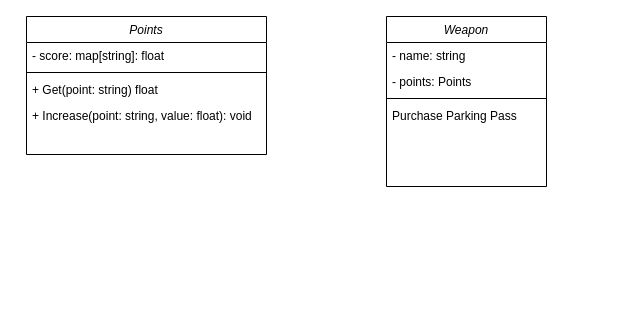
This is docs/Untitled Diagram.drawio from spanishGab/unind-game, a draw.io file, before an edit. Source tidied: cells renumbered, new cells numbered last; positions are measured from the earlier drawing's top-left corner, leaving out a move shared by most shapes. Both pictures are drawn from the tidied source at 100%, with x=0, y=0 at pixel (26, 16).
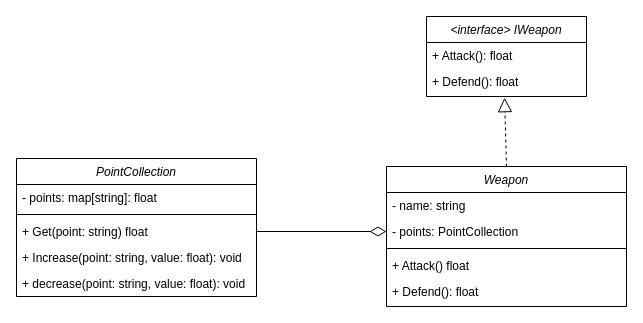
The same page after the edit.

Commit message:
Creating weapon structure

The edit, as a diff of the source:
```diff
@@
 <mxGraphModel>
   <root>
     <mxCell id="0" />
     <mxCell id="1" parent="0" />
-    <mxCell id="2" value="Weapon" style="swimlane;fontStyle=2;align=center;verticalAlign=top;horizontal=1;startSize=26;rounded=0;shadow=0;strokeWidth=1;" parent="1" vertex="1">
-      <mxGeometry x="360" width="160" height="170" as="geometry" />
+    <mxCell id="2" value="&lt;interface&gt; IWeapon" style="swimlane;fontStyle=2;align=center;verticalAlign=top;horizontal=1;startSize=26;rounded=0;shadow=0;strokeWidth=1;" parent="1" vertex="1">
+      <mxGeometry x="400" width="160" height="80" as="geometry" />
     </mxCell>
-    <mxCell id="3" value="- name: string" style="text;align=left;verticalAlign=top;spacingLeft=4;spacingRight=4;overflow=hidden;" parent="2" vertex="1">
-      <mxGeometry y="26" width="160" height="26" as="geometry" />
-    </mxCell>
-    <mxCell id="4" value="- points: Points" style="text;align=left;verticalAlign=top;spacingLeft=4;spacingRight=4;overflow=hidden;rounded=0;shadow=0;html=0;" parent="2" vertex="1">
-      <mxGeometry y="52" width="160" height="26" as="geometry" />
-    </mxCell>
-    <mxCell id="5" style="line;html=1;strokeWidth=1;align=left;verticalAlign=middle;spacingTop=-1;spacingLeft=3;spacingRight=3;labelPosition=right;" parent="2" vertex="1">
-      <mxGeometry y="78" width="160" height="8" as="geometry" />
-    </mxCell>
-    <mxCell id="6" value="Purchase Parking Pass" style="text;align=left;verticalAlign=top;spacingLeft=4;spacingRight=4;overflow=hidden;" parent="2" vertex="1">
-      <mxGeometry y="86" width="160" height="26" as="geometry" />
+    <mxCell id="6" value="+ Attack(): float" style="text;align=left;verticalAlign=top;spacingLeft=4;spacingRight=4;overflow=hidden;" parent="2" vertex="1">
+      <mxGeometry y="26" width="160" height="26" as="geometry" />
     </mxCell>
+    <mxCell id="13" value="+ Defend(): float" style="text;align=left;verticalAlign=top;spacingLeft=4;spacingRight=4;overflow=hidden;points=[[0,0.5],[1,0.5]];portConstraint=eastwest;" parent="2" vertex="1">
+      <mxGeometry y="52" width="160" height="26" as="geometry" />
+    </mxCell>
-    <mxCell id="7" value="Points" style="swimlane;fontStyle=2;align=center;verticalAlign=top;horizontal=1;startSize=26;rounded=0;shadow=0;strokeWidth=1;" parent="1" vertex="1">
-      <mxGeometry width="240" height="138" as="geometry" />
+    <mxCell id="7" value="PointCollection" style="swimlane;fontStyle=2;align=center;verticalAlign=top;horizontal=1;startSize=26;rounded=0;shadow=0;strokeWidth=1;" parent="1" vertex="1">
+      <mxGeometry x="-10" y="142" width="240" height="138" as="geometry" />
     </mxCell>
-    <mxCell id="8" value="- score: map[string]: float" style="text;align=left;verticalAlign=top;spacingLeft=4;spacingRight=4;overflow=hidden;" parent="7" vertex="1">
+    <mxCell id="8" value="- points: map[string]: float" style="text;align=left;verticalAlign=top;spacingLeft=4;spacingRight=4;overflow=hidden;" parent="7" vertex="1">
       <mxGeometry y="26" width="240" height="26" as="geometry" />
     </mxCell>
     <mxCell id="9" style="line;html=1;strokeWidth=1;align=left;verticalAlign=middle;spacingTop=-1;spacingLeft=3;spacingRight=3;labelPosition=right;" parent="7" vertex="1">
       <mxGeometry y="52" width="240" height="8" as="geometry" />
     </mxCell>
     <mxCell id="10" value="+ Get(point: string) float" style="text;align=left;verticalAlign=top;spacingLeft=4;spacingRight=4;overflow=hidden;points=[[0,0.5],[1,0.5]];portConstraint=eastwest;" parent="7" vertex="1">
       <mxGeometry y="60" width="240" height="26" as="geometry" />
     </mxCell>
     <mxCell id="11" value="+ Increase(point: string, value: float): void" style="text;align=left;verticalAlign=top;spacingLeft=4;spacingRight=4;overflow=hidden;" parent="7" vertex="1">
       <mxGeometry y="86" width="240" height="26" as="geometry" />
     </mxCell>
-    <mxCell id="12" style="text;align=left;verticalAlign=top;spacingLeft=4;spacingRight=4;overflow=hidden;" parent="7" vertex="1">
+    <mxCell id="12" value="+ decrease(point: string, value: float): void" style="text;align=left;verticalAlign=top;spacingLeft=4;spacingRight=4;overflow=hidden;" parent="7" vertex="1">
       <mxGeometry y="112" width="240" height="26" as="geometry" />
     </mxCell>
+    <mxCell id="14" value="Weapon" style="swimlane;fontStyle=2;align=center;verticalAlign=top;horizontal=1;startSize=26;rounded=0;shadow=0;strokeWidth=1;" parent="1" vertex="1">
+      <mxGeometry x="360" y="150" width="240" height="140" as="geometry" />
+    </mxCell>
+    <mxCell id="3" value="- name: string" style="text;align=left;verticalAlign=top;spacingLeft=4;spacingRight=4;overflow=hidden;" parent="14" vertex="1">
+      <mxGeometry y="26" width="240" height="26" as="geometry" />
+    </mxCell>
+    <mxCell id="15" value="- points: PointCollection" style="text;align=left;verticalAlign=top;spacingLeft=4;spacingRight=4;overflow=hidden;points=[[0,0.5],[1,0.5]];portConstraint=eastwest;" parent="14" vertex="1">
+      <mxGeometry y="52" width="240" height="26" as="geometry" />
+    </mxCell>
+    <mxCell id="16" style="line;html=1;strokeWidth=1;align=left;verticalAlign=middle;spacingTop=-1;spacingLeft=3;spacingRight=3;labelPosition=right;" parent="14" vertex="1">
+      <mxGeometry y="78" width="240" height="8" as="geometry" />
+    </mxCell>
+    <mxCell id="17" value="+ Attack() float" style="text;align=left;verticalAlign=top;spacingLeft=4;spacingRight=4;overflow=hidden;" parent="14" vertex="1">
+      <mxGeometry y="86" width="240" height="26" as="geometry" />
+    </mxCell>
+    <mxCell id="18" value="+ Defend(): float" style="text;align=left;verticalAlign=top;spacingLeft=4;spacingRight=4;overflow=hidden;" parent="14" vertex="1">
+      <mxGeometry y="112" width="240" height="26" as="geometry" />
+    </mxCell>
+    <mxCell id="19" style="endArrow=block;dashed=1;endFill=0;endSize=12;html=1;rounded=0;entryX=0.488;entryY=1.122;entryDx=0;entryDy=0;entryPerimeter=0;exitX=0.5;exitY=0;exitDx=0;exitDy=0;" parent="1" edge="1" source="14" target="13">
+      <mxGeometry relative="1" as="geometry" />
+    </mxCell>
+    <mxCell id="20" style="endArrow=none;html=1;endSize=12;startArrow=diamondThin;startSize=14;startFill=0;edgeStyle=orthogonalEdgeStyle;rounded=0;entryX=1;entryY=0.5;entryDx=0;entryDy=0;exitX=0;exitY=0.5;exitDx=0;exitDy=0;endFill=0;" parent="1" edge="1" source="15" target="10">
+      <mxGeometry relative="1" as="geometry" />
+    </mxCell>
   </root>
 </mxGraphModel>
```
